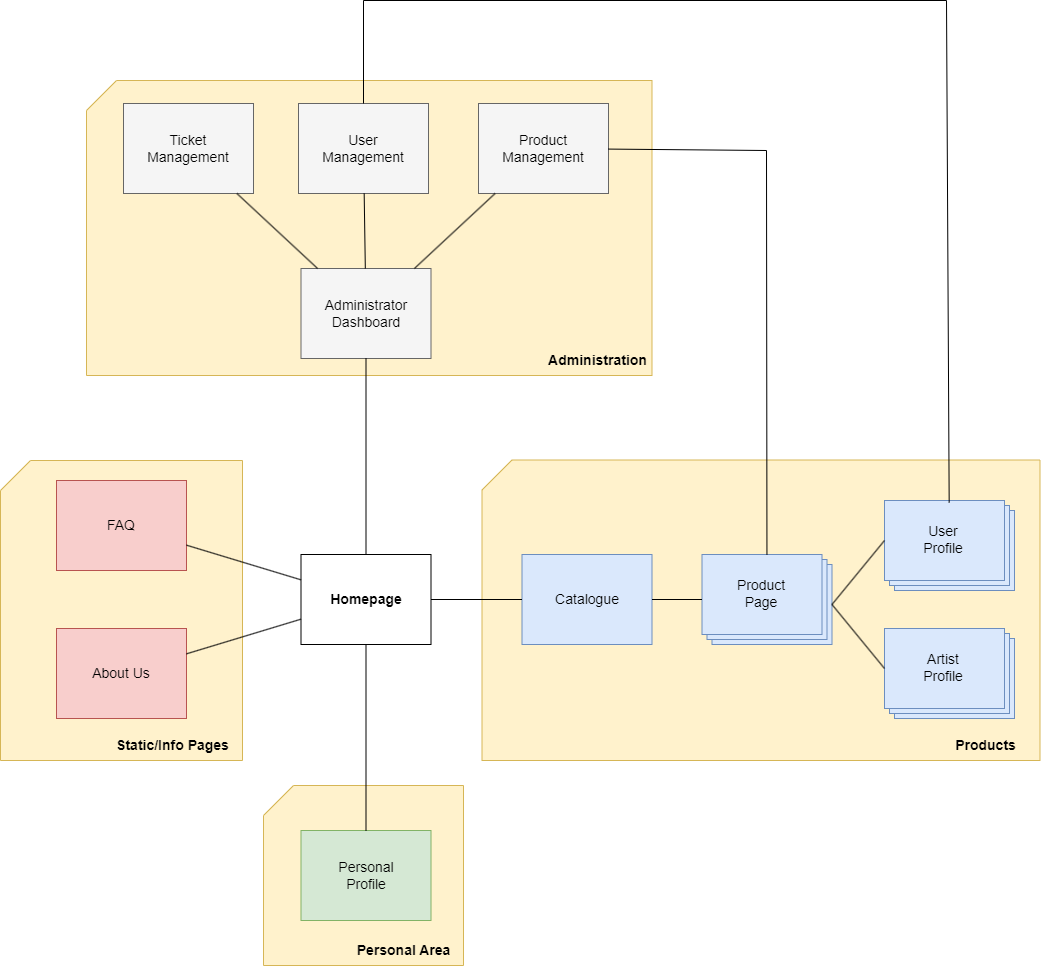
toni-santos/lbaw-earworm keeps this draw.io diagram as docs/sitemap.png. Above is the earlier version. Source tidied: cells renumbered, new cells last; positions are measured from the earlier drawing's top-left corner, leaving out a move shared by most shapes.
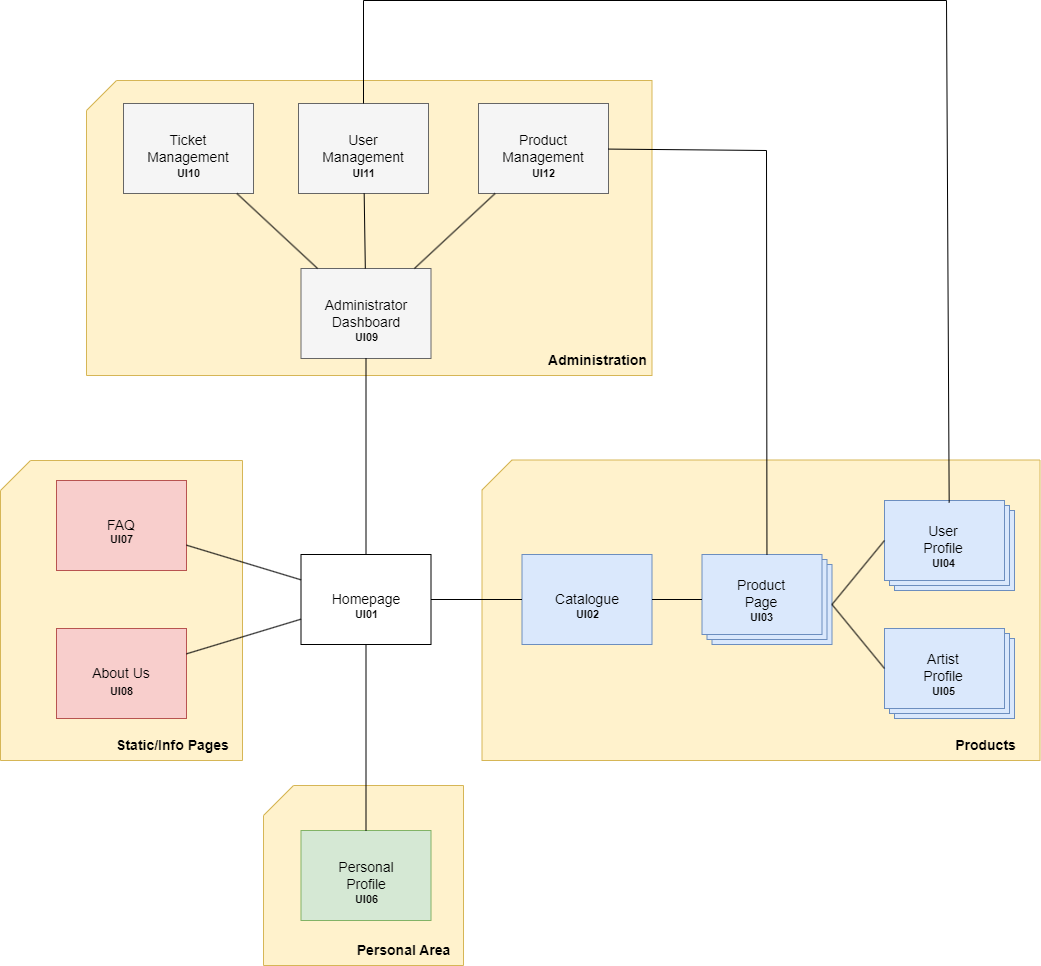
The same diagram one commit later.

The edit, as a diff of the source:
```diff
@@ -20,7 +20,7 @@
     <mxCell id="7" style="verticalLabelPosition=bottom;verticalAlign=top;html=1;shape=mxgraph.basic.rect;fillColor2=none;strokeWidth=1;size=0;indent=0;" parent="1" vertex="1">
       <mxGeometry x="300.5" y="554" width="130" height="90" as="geometry" />
     </mxCell>
-    <mxCell id="8" value="&lt;b&gt;&lt;font style=&quot;font-size: 14px;&quot;&gt;Homepage&lt;/font&gt;&lt;/b&gt;" style="text;html=1;strokeColor=none;fillColor=none;align=center;verticalAlign=middle;whiteSpace=wrap;rounded=0;" parent="1" vertex="1">
+    <mxCell id="8" value="&lt;span&gt;&lt;font style=&quot;font-size: 14px;&quot;&gt;Homepage&lt;/font&gt;&lt;/span&gt;" style="text;html=1;strokeColor=none;fillColor=none;align=center;verticalAlign=middle;whiteSpace=wrap;rounded=0;fontStyle=0;" parent="1" vertex="1">
       <mxGeometry x="335.5" y="584" width="60" height="30" as="geometry" />
     </mxCell>
     <mxCell id="9" value="&lt;div&gt;&lt;font style=&quot;font-size: 14px;&quot;&gt;User Profile&lt;/font&gt;&lt;/div&gt;" style="text;html=1;strokeColor=none;fillColor=none;align=center;verticalAlign=middle;whiteSpace=wrap;rounded=0;" parent="1" vertex="1">
@@ -147,5 +147,41 @@
     <mxCell id="46" value="&lt;b&gt;Static/Info Pages&lt;/b&gt;" style="text;html=1;align=center;verticalAlign=middle;strokeColor=none;fillColor=none;fontSize=14;" parent="1" vertex="1">
       <mxGeometry x="102" y="730" width="140" height="30" as="geometry" />
     </mxCell>
+    <mxCell id="47" value="UI01" style="text;html=1;align=center;verticalAlign=middle;strokeColor=none;fillColor=none;strokeWidth=1;fontSize=11;fontStyle=1;" parent="1" vertex="1">
+      <mxGeometry x="340.5" y="599" width="50" height="30" as="geometry" />
+    </mxCell>
+    <mxCell id="48" value="UI02" style="text;html=1;align=center;verticalAlign=middle;strokeColor=none;fillColor=none;strokeWidth=1;fontSize=11;fontStyle=1;" parent="1" vertex="1">
+      <mxGeometry x="561.5" y="599" width="50" height="30" as="geometry" />
+    </mxCell>
+    <mxCell id="49" value="UI03" style="text;html=1;align=center;verticalAlign=middle;strokeColor=none;fillColor=none;strokeWidth=1;fontSize=11;fontStyle=1;" parent="1" vertex="1">
+      <mxGeometry x="735.5" y="602" width="50" height="30" as="geometry" />
+    </mxCell>
+    <mxCell id="50" value="UI04" style="text;html=1;align=center;verticalAlign=middle;strokeColor=none;fillColor=none;strokeWidth=1;fontSize=11;fontStyle=1;" parent="1" vertex="1">
+      <mxGeometry x="918" y="548" width="50" height="30" as="geometry" />
+    </mxCell>
+    <mxCell id="51" value="UI05" style="text;html=1;align=center;verticalAlign=middle;strokeColor=none;fillColor=none;strokeWidth=1;fontSize=11;fontStyle=1;" parent="1" vertex="1">
+      <mxGeometry x="918" y="676" width="50" height="30" as="geometry" />
+    </mxCell>
+    <mxCell id="52" value="UI06" style="text;html=1;align=center;verticalAlign=middle;strokeColor=none;fillColor=none;strokeWidth=1;fontSize=11;fontStyle=1;" parent="1" vertex="1">
+      <mxGeometry x="340.5" y="884" width="50" height="30" as="geometry" />
+    </mxCell>
+    <mxCell id="53" value="UI08" style="text;html=1;align=center;verticalAlign=middle;strokeColor=none;fillColor=none;strokeWidth=1;fontSize=11;fontStyle=1;" parent="1" vertex="1">
+      <mxGeometry x="96" y="676" width="50" height="30" as="geometry" />
+    </mxCell>
+    <mxCell id="54" value="UI07" style="text;html=1;align=center;verticalAlign=middle;strokeColor=none;fillColor=none;strokeWidth=1;fontSize=11;fontStyle=1;" parent="1" vertex="1">
+      <mxGeometry x="96" y="524" width="50" height="30" as="geometry" />
+    </mxCell>
+    <mxCell id="55" value="UI09" style="text;html=1;align=center;verticalAlign=middle;strokeColor=none;fillColor=none;strokeWidth=1;fontSize=11;fontStyle=1;" parent="1" vertex="1">
+      <mxGeometry x="340.5" y="322" width="50" height="30" as="geometry" />
+    </mxCell>
+    <mxCell id="56" value="UI10" style="text;html=1;align=center;verticalAlign=middle;strokeColor=none;fillColor=none;strokeWidth=1;fontSize=11;fontStyle=1;" parent="1" vertex="1">
+      <mxGeometry x="163" y="158" width="50" height="30" as="geometry" />
+    </mxCell>
+    <mxCell id="57" value="UI11&lt;span style=&quot;color: rgba(0, 0, 0, 0); font-family: monospace; font-size: 0px; text-align: start;&quot;&gt;%3CmxGraphModel%3E%3Croot%3E%3CmxCell%20id%3D%220%22%2F%3E%3CmxCell%20id%3D%221%22%20parent%3D%220%22%2F%3E%3CmxCell%20id%3D%222%22%20value%3D%22UI10%22%20style%3D%22text%3Bhtml%3D1%3Balign%3Dcenter%3BverticalAlign%3Dmiddle%3Bresizable%3D0%3Bpoints%3D%5B%5D%3Bautosize%3D1%3BstrokeColor%3Dnone%3BfillColor%3Dnone%3BstrokeWidth%3D1%3BfontSize%3D11%3B%22%20vertex%3D%221%22%20parent%3D%221%22%3E%3CmxGeometry%20x%3D%22-923%22%20y%3D%22-712%22%20width%3D%2250%22%20height%3D%2230%22%20as%3D%22geometry%22%2F%3E%3C%2FmxCell%3E%3C%2Froot%3E%3C%2FmxGraphModel%3E&lt;/span&gt;" style="text;html=1;align=center;verticalAlign=middle;strokeColor=none;fillColor=none;strokeWidth=1;fontSize=11;fontStyle=1;" parent="1" vertex="1">
+      <mxGeometry x="338" y="158" width="50" height="30" as="geometry" />
+    </mxCell>
+    <mxCell id="58" value="UI12" style="text;html=1;align=center;verticalAlign=middle;strokeColor=none;fillColor=none;strokeWidth=1;fontSize=11;fontStyle=1;" parent="1" vertex="1">
+      <mxGeometry x="518" y="158" width="50" height="30" as="geometry" />
+    </mxCell>
   </root>
 </mxGraphModel>
```
